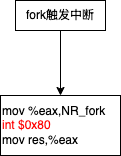
This is linux_fork.png from zhaole0606/pic, a draw.io export, as it was before one commit. Source tidied: cells renumbered, new cells last; positions are measured from the earlier drawing's top-left corner, leaving out a move shared by most shapes. The source it was exported from:
```xml
<mxGraphModel>
  <root>
    <mxCell id="0" />
    <mxCell id="1" parent="0" />
    <mxCell id="2" style="edgeStyle=orthogonalEdgeStyle;rounded=0;jettySize=auto;html=1;" parent="1" edge="1" source="3" target="4">
      <mxGeometry relative="1" as="geometry" />
    </mxCell>
    <mxCell id="3" value="fork触发中断" style="rounded=0;whiteSpace=wrap;html=1;" parent="1" vertex="1">
      <mxGeometry x="15" width="90" height="30" as="geometry" />
    </mxCell>
    <mxCell id="4" value="mov %eax,NR_fork&lt;div&gt;&lt;font color=&quot;#ff0000&quot;&gt;int $0x80&lt;/font&gt;&lt;/div&gt;&lt;div&gt;mov res,%eax&lt;/div&gt;" style="whiteSpace=wrap;html=1;rounded=0;align=left;" parent="1" vertex="1">
      <mxGeometry y="95" width="120" height="60" as="geometry" />
    </mxCell>
  </root>
</mxGraphModel>
```
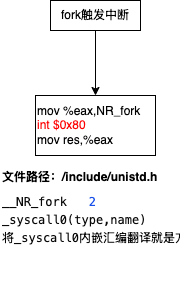
Above is the later version.

What changed in the source:
```diff
@@ -11,5 +11,8 @@
     <mxCell id="4" value="mov %eax,NR_fork&lt;div&gt;&lt;font color=&quot;#ff0000&quot;&gt;int $0x80&lt;/font&gt;&lt;/div&gt;&lt;div&gt;mov res,%eax&lt;/div&gt;" style="whiteSpace=wrap;html=1;rounded=0;align=left;" parent="1" vertex="1">
       <mxGeometry y="95" width="120" height="60" as="geometry" />
     </mxCell>
+    <mxCell id="5" value="&lt;h1 style=&quot;margin-top: 0px; line-height: 50%;&quot;&gt;&lt;font style=&quot;font-size: 12px;&quot;&gt;文件路径：/include/unistd.h&lt;/font&gt;&lt;/h1&gt;&lt;div style=&quot;line-height: 50%;&quot;&gt;&lt;div style=&quot;background-color: rgb(255, 255, 255); color: rgb(8, 8, 8); line-height: 50%;&quot;&gt;&lt;pre style=&quot;font-family: &amp;quot;JetBrains Mono&amp;quot;, monospace; line-height: 50%;&quot;&gt;&lt;font style=&quot;font-size: 12px;&quot;&gt;__NR_fork   &lt;span style=&quot;color:#1750eb;&quot;&gt;2&lt;/span&gt;&lt;/font&gt;&lt;/pre&gt;&lt;pre style=&quot;font-family: &amp;quot;JetBrains Mono&amp;quot;, monospace; line-height: 50%;&quot;&gt;&lt;div style=&quot;line-height: 50%;&quot;&gt;&lt;pre style=&quot;font-family: &amp;quot;JetBrains Mono&amp;quot;, monospace; line-height: 50%;&quot;&gt;&lt;font style=&quot;font-size: 12px;&quot;&gt;_syscall0(type,name)&lt;/font&gt;&lt;/pre&gt;&lt;pre style=&quot;font-family: &amp;quot;JetBrains Mono&amp;quot;, monospace; line-height: 50%;&quot;&gt;&lt;font style=&quot;font-size: 12px;&quot;&gt;将_syscall0内嵌汇编翻译就是方框中内容 &lt;/font&gt;&lt;/pre&gt;&lt;/div&gt;&lt;/pre&gt;&lt;/div&gt;&lt;/div&gt;" style="text;html=1;whiteSpace=wrap;overflow=hidden;rounded=0;" parent="1" vertex="1">
+      <mxGeometry x="-35" y="160" width="180" height="120" as="geometry" />
+    </mxCell>
   </root>
 </mxGraphModel>
```
